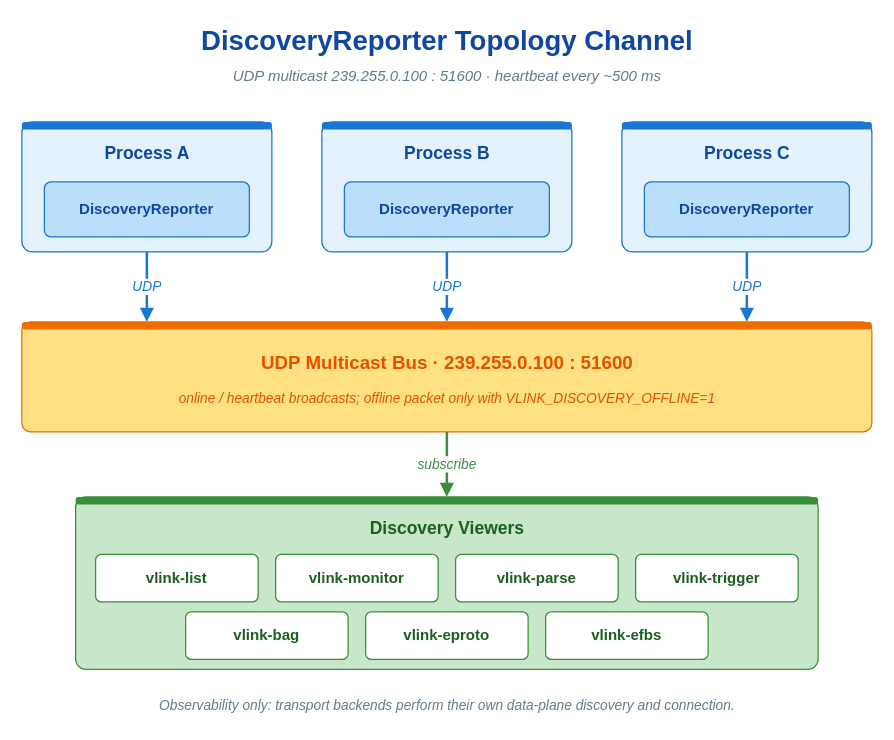
thun-res/vlink keeps this draw.io diagram as doc/images/discovery-network.drawio. Above is the earlier version. Source tidied: cells renumbered, new cells numbered last; positions are measured from the earlier drawing's top-left corner, leaving out a move shared by most shapes. Both pictures are drawn from the tidied source at 125%, with x=0, y=0 at pixel (21, 21).
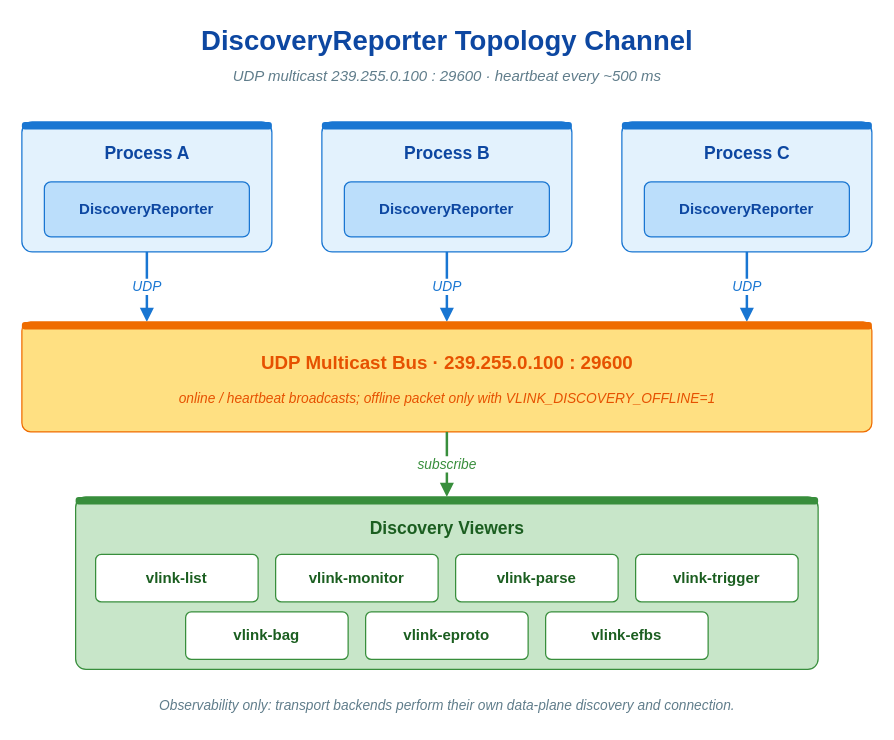
After the change.

Commit message (it also covers changes not shown here):
fix(extension): change default discovery base port from 51600 to 29600

The edit, as a diff of the source:
```diff
@@
-    <mxCell id="3" value="UDP multicast 239.255.0.100 : 51600  ·  heartbeat every ~500 ms" style="text;html=1;align=center;verticalAlign=middle;strokeColor=none;fillColor=none;fontFamily=Helvetica;fontSize=12;fontStyle=2;fontColor=#607d8b;" parent="1" vertex="1">
+    <mxCell id="3" value="UDP multicast 239.255.0.100 : 29600  ·  heartbeat every ~500 ms" style="text;html=1;align=center;verticalAlign=middle;strokeColor=none;fillColor=none;fontFamily=Helvetica;fontSize=12;fontStyle=2;fontColor=#607d8b;" parent="1" vertex="1">
       <mxGeometry y="34" width="680" height="20" as="geometry" />
     </mxCell>
@@
-    <mxCell id="21" value="UDP Multicast Bus  ·  239.255.0.100 : 51600" style="text;html=1;align=center;verticalAlign=middle;strokeColor=none;fillColor=none;fontFamily=Helvetica;fontSize=15;fontStyle=1;fontColor=#e65100;" parent="1" vertex="1">
+    <mxCell id="21" value="UDP Multicast Bus  ·  239.255.0.100 : 29600" style="text;html=1;align=center;verticalAlign=middle;strokeColor=none;fillColor=none;fontFamily=Helvetica;fontSize=15;fontStyle=1;fontColor=#e65100;" parent="1" vertex="1">
       <mxGeometry y="260" width="680" height="24" as="geometry" />
     </mxCell>
```
